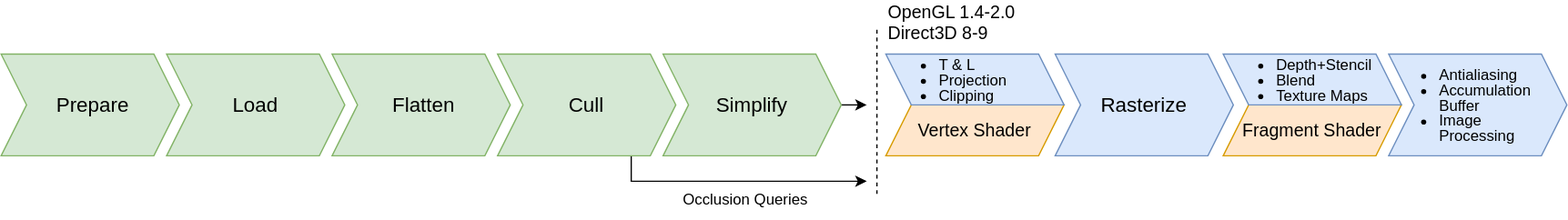
The draw.io diagram assets/images/graphics-pipeline-programmable-shaders.svg in TheCandidStartup/TheCandidStartup.github.io, before a commit. Source tidied: cells renumbered, new cells last; positions are measured from the earlier drawing's top-left corner, leaving out a move shared by most shapes.
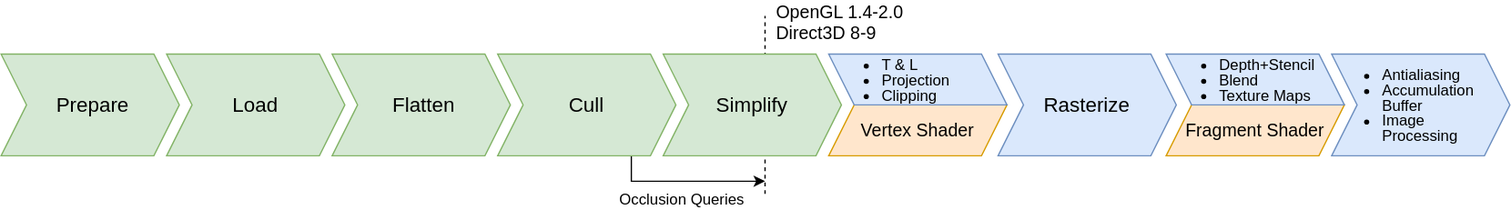
Later version of the same file.

Change to the diagram source:
```diff
@@ -13,7 +13,7 @@
     </mxCell>
     <mxCell id="5" style="edgeStyle=orthogonalEdgeStyle;rounded=0;jettySize=auto;html=1;exitX=0.75;exitY=1;exitDx=0;exitDy=0;endArrow=classic;endFill=1;" parent="1" edge="1" source="6">
       <mxGeometry relative="1" as="geometry">
-        <mxPoint x="680" y="140" as="targetPoint" />
+        <mxPoint x="600" y="140" as="targetPoint" />
         <Array as="points">
           <mxPoint x="495" y="140" />
         </Array>
@@ -22,28 +22,20 @@
     <mxCell id="6" value="&lt;span style=&quot;font-size: 16px;&quot;&gt;Cull&lt;/span&gt;" style="shape=step;perimeter=stepPerimeter;whiteSpace=wrap;html=1;fixedSize=1;fillColor=#d5e8d4;strokeColor=#82b366;" parent="1" vertex="1">
       <mxGeometry x="390" y="40" width="140" height="80" as="geometry" />
     </mxCell>
-    <mxCell id="7" style="edgeStyle=orthogonalEdgeStyle;rounded=0;jettySize=auto;html=1;exitX=1;exitY=0.5;exitDx=0;exitDy=0;endArrow=classic;endFill=1;" parent="1" edge="1" source="8">
-      <mxGeometry relative="1" as="geometry">
-        <mxPoint x="680" y="80" as="targetPoint" />
-      </mxGeometry>
-    </mxCell>
-    <mxCell id="8" value="&lt;span style=&quot;font-size: 16px;&quot;&gt;Simplify&lt;/span&gt;" style="shape=step;perimeter=stepPerimeter;whiteSpace=wrap;html=1;fixedSize=1;fillColor=#d5e8d4;strokeColor=#82b366;" parent="1" vertex="1">
-      <mxGeometry x="520" y="40" width="140" height="80" as="geometry" />
-    </mxCell>
     <mxCell id="9" value="&lt;span style=&quot;font-size: 16px;&quot;&gt;Rasterize&lt;/span&gt;" style="shape=step;perimeter=stepPerimeter;whiteSpace=wrap;html=1;fixedSize=1;fillColor=#dae8fc;strokeColor=#6c8ebf;" parent="1" vertex="1">
-      <mxGeometry x="828" y="40" width="140" height="80" as="geometry" />
+      <mxGeometry x="783" y="40" width="140" height="80" as="geometry" />
     </mxCell>
     <mxCell id="10" style="endArrow=none;html=1;rounded=0;fontSize=14;startArrow=none;startFill=0;endFill=0;dashed=1;" parent="1" edge="1">
       <mxGeometry relative="1" as="geometry">
-        <mxPoint x="688" y="150" as="sourcePoint" />
-        <mxPoint x="688" y="20" as="targetPoint" />
+        <mxPoint x="600" y="150" as="sourcePoint" />
+        <mxPoint x="600" y="10" as="targetPoint" />
       </mxGeometry>
     </mxCell>
     <mxCell id="11" value="OpenGL 1.4-2.0&lt;br&gt;Direct3D 8-9" style="text;html=1;strokeColor=none;fillColor=none;align=left;verticalAlign=middle;whiteSpace=wrap;rounded=0;fontSize=14;" parent="1" vertex="1">
-      <mxGeometry x="695" width="115" height="30" as="geometry" />
+      <mxGeometry x="607" width="115" height="30" as="geometry" />
     </mxCell>
     <mxCell id="12" style="group;" parent="1" vertex="1">
-      <mxGeometry x="960" y="40" width="140" height="80" as="geometry" />
+      <mxGeometry x="915" y="40" width="140" height="80" as="geometry" />
     </mxCell>
     <mxCell id="13" value="&lt;font style=&quot;font-size: 14px;&quot;&gt;Fragment Shader&lt;/font&gt;" style="shape=parallelogram;perimeter=parallelogramPerimeter;whiteSpace=wrap;html=1;fixedSize=1;fontSize=12;fillColor=#ffe6cc;strokeColor=#d79b00;" parent="12" vertex="1">
       <mxGeometry y="40" width="140" height="40" as="geometry" />
@@ -52,7 +44,7 @@
       <mxGeometry width="140" height="40" as="geometry" />
     </mxCell>
     <mxCell id="15" style="group;" parent="1" vertex="1">
-      <mxGeometry x="695" y="40" width="140" height="80" as="geometry" />
+      <mxGeometry x="650" y="40" width="140" height="80" as="geometry" />
     </mxCell>
     <mxCell id="16" value="&lt;font style=&quot;font-size: 14px;&quot;&gt;Vertex Shader&lt;/font&gt;" style="shape=parallelogram;perimeter=parallelogramPerimeter;whiteSpace=wrap;html=1;fixedSize=1;fontSize=12;fillColor=#ffe6cc;strokeColor=#d79b00;" parent="15" vertex="1">
       <mxGeometry y="40" width="140" height="40" as="geometry" />
@@ -61,10 +53,13 @@
       <mxGeometry width="140" height="40" as="geometry" />
     </mxCell>
     <mxCell id="18" value="Occlusion Queries" style="text;html=1;strokeColor=none;fillColor=none;align=center;verticalAlign=middle;whiteSpace=wrap;rounded=0;" parent="1" vertex="1">
-      <mxGeometry x="530" y="140" width="110" height="30" as="geometry" />
+      <mxGeometry x="480" y="140" width="110" height="30" as="geometry" />
     </mxCell>
     <mxCell id="19" value="&lt;ul style=&quot;line-height: 100%;&quot;&gt;&lt;li&gt;Antialiasing&lt;/li&gt;&lt;li&gt;Accumulation Buffer&lt;/li&gt;&lt;li&gt;Image Processing&lt;/li&gt;&lt;/ul&gt;" style="shape=step;perimeter=stepPerimeter;whiteSpace=wrap;html=1;fixedSize=1;fillColor=#dae8fc;strokeColor=#6c8ebf;align=left;spacing=0;spacingLeft=0;spacingRight=20;" parent="1" vertex="1">
-      <mxGeometry x="1090" y="40" width="140" height="80" as="geometry" />
+      <mxGeometry x="1045" y="40" width="140" height="80" as="geometry" />
     </mxCell>
+    <mxCell id="8" value="&lt;span style=&quot;font-size: 16px;&quot;&gt;Simplify&lt;/span&gt;" style="shape=step;perimeter=stepPerimeter;whiteSpace=wrap;html=1;fixedSize=1;fillColor=#d5e8d4;strokeColor=#82b366;" parent="1" vertex="1">
+      <mxGeometry x="520" y="40" width="140" height="80" as="geometry" />
+    </mxCell>
   </root>
 </mxGraphModel>
```
